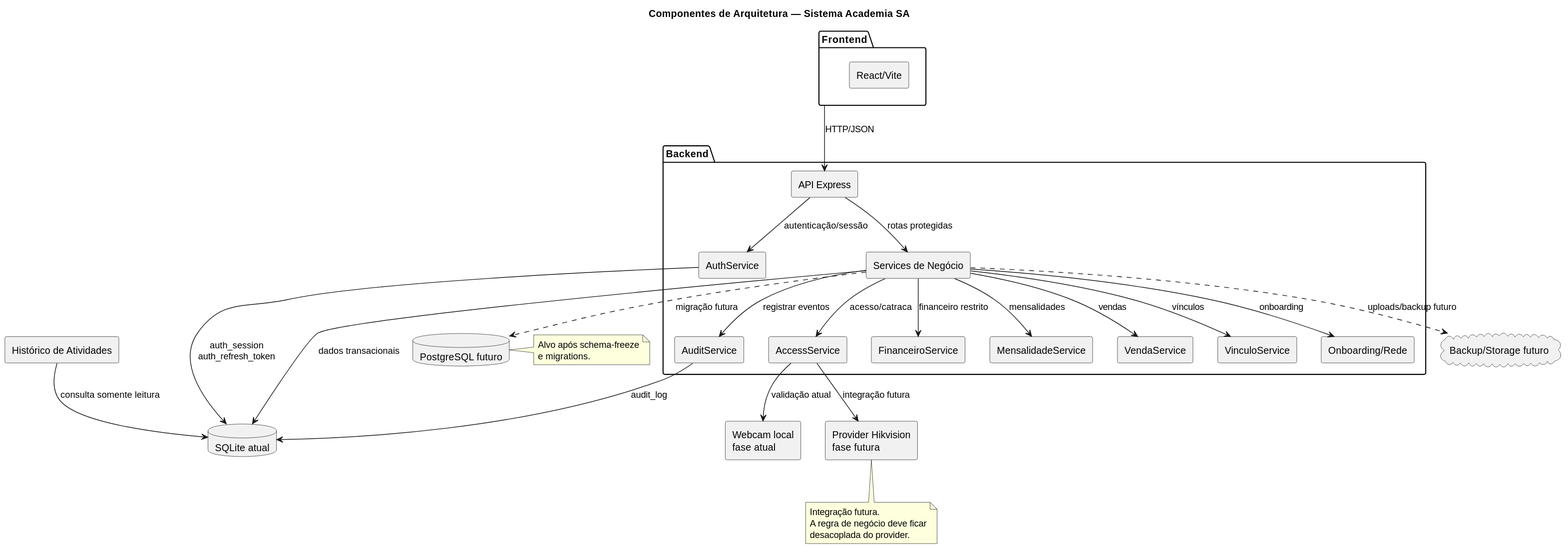
Earlier version of the PlantUML export docs/uml/svg/sources/09-componentes-arquitetura.svg (pxdroarth/gym-system). Its diagram source:
```plantuml
@startuml
allowmixing

title Componentes de Arquitetura — Sistema Academia SA

skinparam componentStyle rectangle
skinparam shadowing false

package "Frontend" {
  component "React/Vite" as Frontend
}

package "Backend" {
  component "API Express" as API
  component "AuthService" as Auth
  component "Services de Negócio" as Services
  component "AuditService" as Audit
  component "AccessService" as Access
  component "FinanceiroService" as Financeiro
  component "MensalidadeService" as Mensalidade
  component "VendaService" as Venda
  component "VinculoService" as Vinculo
  component "Onboarding/Rede" as Onboarding
}

database "SQLite atual" as SQLite
database "PostgreSQL futuro" as Postgres

component "Webcam local\nfase atual" as Webcam
component "Provider Hikvision\nfase futura" as Hikvision
cloud "Backup/Storage futuro" as Storage
component "Histórico de Atividades" as Historico

Frontend --> API : HTTP/JSON

API --> Auth : autenticação/sessão
API --> Services : rotas protegidas

Services --> Audit : registrar eventos
Services --> Access : acesso/catraca
Services --> Financeiro : financeiro restrito
Services --> Mensalidade : mensalidades
Services --> Venda : vendas
Services --> Vinculo : vínculos
Services --> Onboarding : onboarding

Auth --> SQLite : auth_session\nauth_refresh_token
Services --> SQLite : dados transacionais
Audit --> SQLite : audit_log
Historico --> SQLite : consulta somente leitura

Access --> Webcam : validação atual
Access --> Hikvision : integração futura

Services ..> Postgres : migração futura
Services ..> Storage : uploads/backup futuro

note right of Postgres
Alvo após schema-freeze
e migrations.
end note

note bottom of Hikvision
Integração futura.
A regra de negócio deve ficar
desacoplada do provider.
end note
@enduml
```
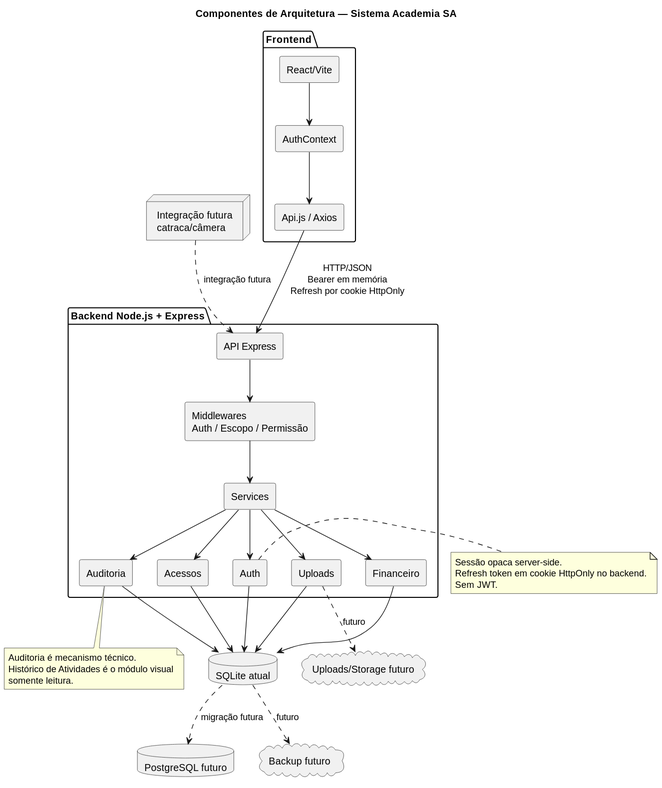
The same diagram one commit later.

Change to the diagram source:
```diff
@@ -1,68 +1,62 @@
 @startuml
-allowmixing
-
 title Componentes de Arquitetura — Sistema Academia SA
-
 skinparam componentStyle rectangle
 skinparam shadowing false
 
 package "Frontend" {
-  component "React/Vite" as Frontend
+  component "React/Vite" as ReactApp
+  [AuthContext] as AuthContext
+  [Api.js / Axios] as Axios
 }
 
-package "Backend" {
-  component "API Express" as API
-  component "AuthService" as Auth
-  component "Services de Negócio" as Services
-  component "AuditService" as Audit
-  component "AccessService" as Access
-  component "FinanceiroService" as Financeiro
-  component "MensalidadeService" as Mensalidade
-  component "VendaService" as Venda
-  component "VinculoService" as Vinculo
-  component "Onboarding/Rede" as Onboarding
+package "Backend Node.js + Express" {
+  [API Express] as API
+  [Middlewares\nAuth / Escopo / Permissão] as Middlewares
+  [Services] as Services
+  [Auth] as Auth
+  [Auditoria] as Auditoria
+  [Financeiro] as Financeiro
+  [Acessos] as Acessos
+  [Uploads] as Uploads
 }
 
 database "SQLite atual" as SQLite
-database "PostgreSQL futuro" as Postgres
+database "PostgreSQL futuro" as PostgreSQL
+cloud "Uploads/Storage futuro" as Storage
+cloud "Backup futuro" as Backup
+node "Integração futura\ncatraca/câmera" as Catraca
 
-component "Webcam local\nfase atual" as Webcam
-component "Provider Hikvision\nfase futura" as Hikvision
-cloud "Backup/Storage futuro" as Storage
-component "Histórico de Atividades" as Historico
+ReactApp --> AuthContext
+AuthContext --> Axios
+Axios --> API : HTTP/JSON\nBearer em memória\nRefresh por cookie HttpOnly
+API --> Middlewares
+Middlewares --> Services
+Services --> Auth
+Services --> Auditoria
+Services --> Financeiro
+Services --> Acessos
+Services --> Uploads
 
-Frontend --> API : HTTP/JSON
+Auth --> SQLite
+Auditoria --> SQLite
+Financeiro --> SQLite
+Acessos --> SQLite
+Uploads --> SQLite
 
-API --> Auth : autenticação/sessão
-API --> Services : rotas protegidas
+SQLite ..> PostgreSQL : migração futura
+Uploads ..> Storage : futuro
+SQLite ..> Backup : futuro
+Catraca ..> API : integração futura
 
-Services --> Audit : registrar eventos
-Services --> Access : acesso/catraca
-Services --> Financeiro : financeiro restrito
-Services --> Mensalidade : mensalidades
-Services --> Venda : vendas
-Services --> Vinculo : vínculos
-Services --> Onboarding : onboarding
-
-Auth --> SQLite : auth_session\nauth_refresh_token
-Services --> SQLite : dados transacionais
-Audit --> SQLite : audit_log
-Historico --> SQLite : consulta somente leitura
-
-Access --> Webcam : validação atual
-Access --> Hikvision : integração futura
-
-Services ..> Postgres : migração futura
-Services ..> Storage : uploads/backup futuro
-
-note right of Postgres
-Alvo após schema-freeze
-e migrations.
+note right of Auth
+Sessão opaca server-side.
+Refresh token em cookie HttpOnly no backend.
+Sem JWT.
 end note
 
-note bottom of Hikvision
-Integração futura.
-A regra de negócio deve ficar
-desacoplada do provider.
+note bottom of Auditoria
+Auditoria é mecanismo técnico.
+Histórico de Atividades é o módulo visual
+somente leitura.
 end note
 @enduml
```
